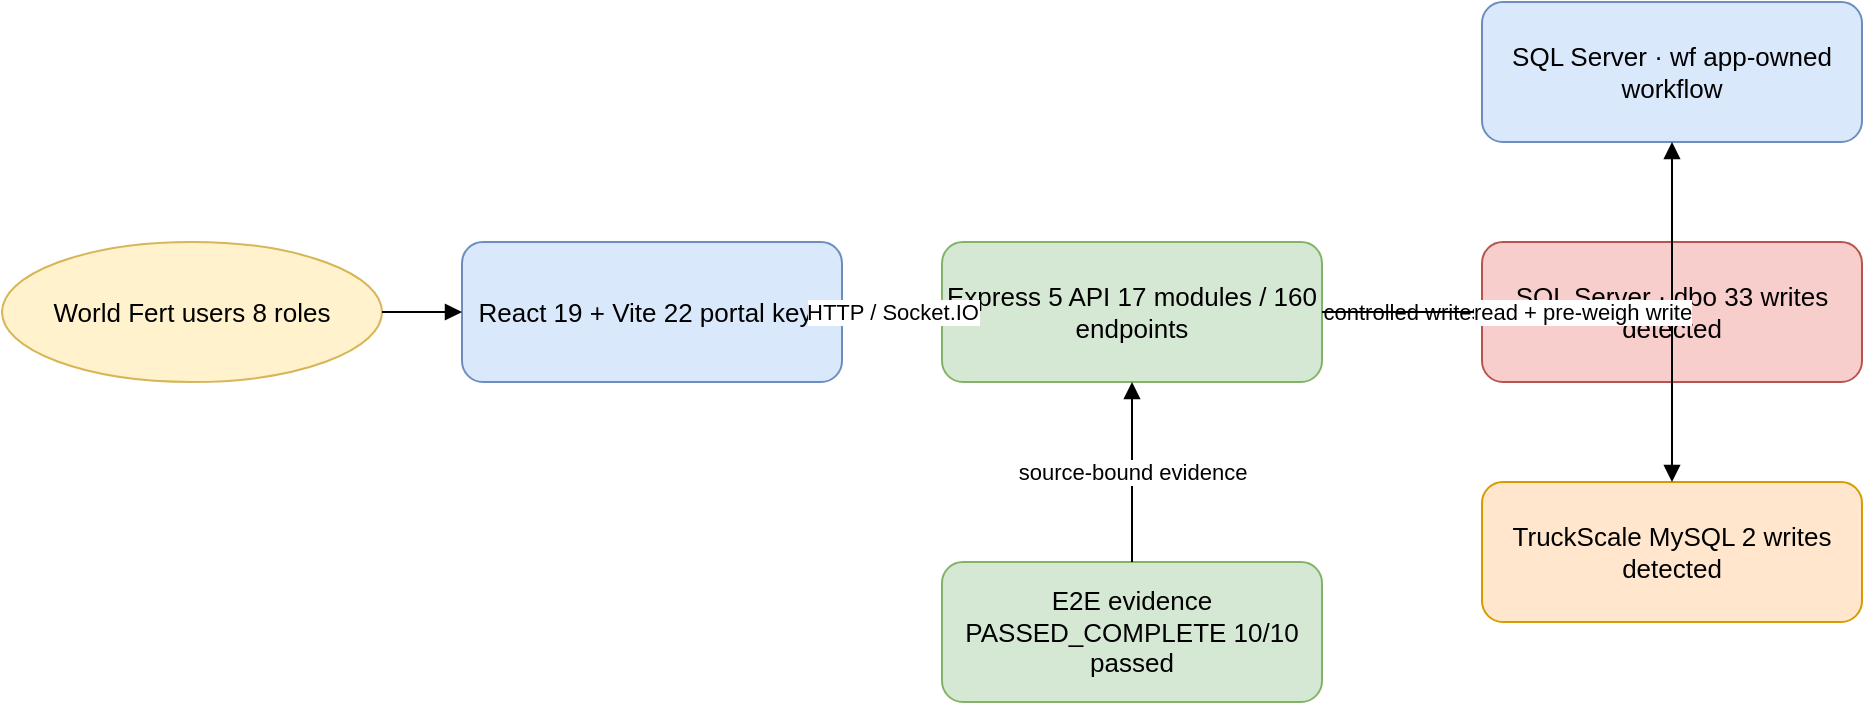
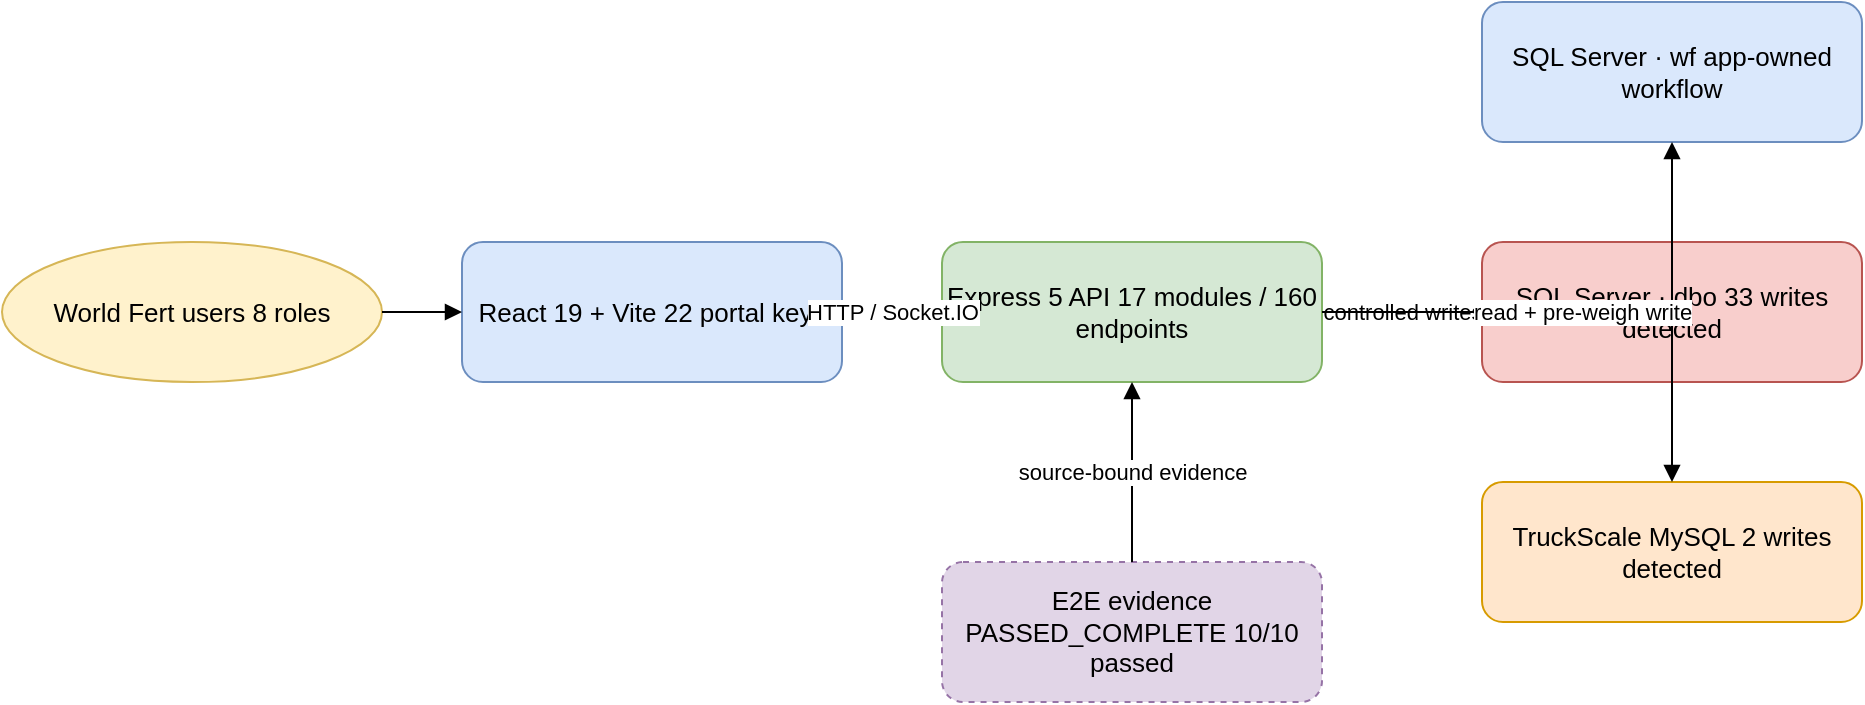
<?xml version="1.0" encoding="UTF-8"?>
- <mxfile host="app.diagrams.net" modified="2026-07-23T09:58:12.433Z" agent="WorldFert source-diagrams.js" version="24.7.17" type="device" sourceInventorySha256="12B9F964C7C90341859EDD6CDDE9B92BA35D797347F2AA64A1134E1E885FC343"><diagram id="441F6DA6EDA4" name="Current System Context"><mxGraphModel dx="1200" dy="800" grid="1" gridSize="10" guides="1" tooltips="1" connect="1" arrows="1" fold="1" page="1" pageScale="1" pageWidth="1169" pageHeight="827" math="0" shadow="0"><root><mxCell id="0"/><mxCell id="1" parent="0"/><mxCell id="users" value="World Fert users
+ <mxfile host="app.diagrams.net" modified="2026-07-24T15:50:36.048Z" agent="WorldFert source-diagrams.js" version="24.7.17" type="device" sourceInventorySha256="CF11FE1496BB4A2D8ADDF5365F4A39285D0DB43A4A10CE8863C8DB7F31C2F310"><diagram id="441F6DA6EDA4" name="Current System Context"><mxGraphModel dx="1200" dy="800" grid="1" gridSize="10" guides="1" tooltips="1" connect="1" arrows="1" fold="1" page="1" pageScale="1" pageWidth="1169" pageHeight="827" math="0" shadow="0"><root><mxCell id="0"/><mxCell id="1" parent="0"/><mxCell id="users" value="World Fert users
8 roles" style="ellipse;whiteSpace=wrap;html=1;fillColor=#fff2cc;strokeColor=#d6b656;fontSize=13;" vertex="1" parent="1"><mxGeometry x="40" y="160" width="190" height="70" as="geometry"/></mxCell><mxCell id="frontend" value="React 19 + Vite
22 portal keys" style="rounded=1;whiteSpace=wrap;html=1;fillColor=#dae8fc;strokeColor=#6c8ebf;fontSize=13;" vertex="1" parent="1"><mxGeometry x="270" y="160" width="190" height="70" as="geometry"/></mxCell><mxCell id="api" value="Express 5 API
17 modules / 160 endpoints" style="rounded=1;whiteSpace=wrap;html=1;fillColor=#d5e8d4;strokeColor=#82b366;fontSize=13;" vertex="1" parent="1"><mxGeometry x="510" y="160" width="190" height="70" as="geometry"/></mxCell><mxCell id="wf" value="SQL Server · wf
app-owned workflow" style="rounded=1;whiteSpace=wrap;html=1;fillColor=#dae8fc;strokeColor=#6c8ebf;fontSize=13;" vertex="1" parent="1"><mxGeometry x="780" y="40" width="190" height="70" as="geometry"/></mxCell><mxCell id="dbo" value="SQL Server · dbo
33 writes detected" style="rounded=1;whiteSpace=wrap;html=1;fillColor=#f8cecc;strokeColor=#b85450;fontSize=13;" vertex="1" parent="1"><mxGeometry x="780" y="160" width="190" height="70" as="geometry"/></mxCell><mxCell id="truck" value="TruckScale MySQL
2 writes detected" style="rounded=1;whiteSpace=wrap;html=1;fillColor=#ffe6cc;strokeColor=#d79b00;fontSize=13;" vertex="1" parent="1"><mxGeometry x="780" y="280" width="190" height="70" as="geometry"/></mxCell><mxCell id="e2e" value="E2E evidence
PASSED_COMPLETE
- 10/10 passed" style="rounded=1;whiteSpace=wrap;html=1;fillColor=#d5e8d4;strokeColor=#82b366;fontSize=13;" vertex="1" parent="1"><mxGeometry x="510" y="320" width="190" height="70" as="geometry"/></mxCell><mxCell id="e1" style="edgeStyle=orthogonalEdgeStyle;rounded=0;orthogonalLoop=1;jettySize=auto;html=1;endArrow=block;endFill=1;" edge="1" parent="1" source="users" target="frontend"><mxGeometry relative="1" as="geometry"/></mxCell><mxCell id="e2" value="HTTP / Socket.IO" style="edgeStyle=orthogonalEdgeStyle;rounded=0;orthogonalLoop=1;jettySize=auto;html=1;endArrow=block;endFill=1;" edge="1" parent="1" source="frontend" target="api"><mxGeometry relative="1" as="geometry"/></mxCell><mxCell id="e3" style="edgeStyle=orthogonalEdgeStyle;rounded=0;orthogonalLoop=1;jettySize=auto;html=1;endArrow=block;endFill=1;" edge="1" parent="1" source="api" target="wf"><mxGeometry relative="1" as="geometry"/></mxCell><mxCell id="e4" value="controlled writes" style="edgeStyle=orthogonalEdgeStyle;rounded=0;orthogonalLoop=1;jettySize=auto;html=1;endArrow=block;endFill=1;" edge="1" parent="1" source="api" target="dbo"><mxGeometry relative="1" as="geometry"/></mxCell><mxCell id="e5" value="read + pre-weigh write" style="edgeStyle=orthogonalEdgeStyle;rounded=0;orthogonalLoop=1;jettySize=auto;html=1;endArrow=block;endFill=1;" edge="1" parent="1" source="api" target="truck"><mxGeometry relative="1" as="geometry"/></mxCell><mxCell id="e6" value="source-bound evidence" style="edgeStyle=orthogonalEdgeStyle;rounded=0;orthogonalLoop=1;jettySize=auto;html=1;endArrow=block;endFill=1;" edge="1" parent="1" source="e2e" target="api"><mxGeometry relative="1" as="geometry"/></mxCell></root></mxGraphModel></diagram><diagram id="EF1059489759" name="Current API Surface"><mxGraphModel dx="1200" dy="800" grid="1" gridSize="10" guides="1" tooltips="1" connect="1" arrows="1" fold="1" page="1" pageScale="1" pageWidth="1169" pageHeight="827" math="0" shadow="0"><root><mxCell id="0"/><mxCell id="1" parent="0"/><mxCell id="api-root" value="Express API
+ 10/10 passed" style="rounded=1;whiteSpace=wrap;html=1;dashed=1;fillColor=#e1d5e7;strokeColor=#9673a6;fontSize=13;" vertex="1" parent="1"><mxGeometry x="510" y="320" width="190" height="70" as="geometry"/></mxCell><mxCell id="e1" style="edgeStyle=orthogonalEdgeStyle;rounded=0;orthogonalLoop=1;jettySize=auto;html=1;endArrow=block;endFill=1;" edge="1" parent="1" source="users" target="frontend"><mxGeometry relative="1" as="geometry"/></mxCell><mxCell id="e2" value="HTTP / Socket.IO" style="edgeStyle=orthogonalEdgeStyle;rounded=0;orthogonalLoop=1;jettySize=auto;html=1;endArrow=block;endFill=1;" edge="1" parent="1" source="frontend" target="api"><mxGeometry relative="1" as="geometry"/></mxCell><mxCell id="e3" style="edgeStyle=orthogonalEdgeStyle;rounded=0;orthogonalLoop=1;jettySize=auto;html=1;endArrow=block;endFill=1;" edge="1" parent="1" source="api" target="wf"><mxGeometry relative="1" as="geometry"/></mxCell><mxCell id="e4" value="controlled writes" style="edgeStyle=orthogonalEdgeStyle;rounded=0;orthogonalLoop=1;jettySize=auto;html=1;endArrow=block;endFill=1;" edge="1" parent="1" source="api" target="dbo"><mxGeometry relative="1" as="geometry"/></mxCell><mxCell id="e5" value="read + pre-weigh write" style="edgeStyle=orthogonalEdgeStyle;rounded=0;orthogonalLoop=1;jettySize=auto;html=1;endArrow=block;endFill=1;" edge="1" parent="1" source="api" target="truck"><mxGeometry relative="1" as="geometry"/></mxCell><mxCell id="e6" value="source-bound evidence" style="edgeStyle=orthogonalEdgeStyle;rounded=0;orthogonalLoop=1;jettySize=auto;html=1;endArrow=block;endFill=1;" edge="1" parent="1" source="e2e" target="api"><mxGeometry relative="1" as="geometry"/></mxCell></root></mxGraphModel></diagram><diagram id="EF1059489759" name="Current API Surface"><mxGraphModel dx="1200" dy="800" grid="1" gridSize="10" guides="1" tooltips="1" connect="1" arrows="1" fold="1" page="1" pageScale="1" pageWidth="1169" pageHeight="827" math="0" shadow="0"><root><mxCell id="0"/><mxCell id="1" parent="0"/><mxCell id="api-root" value="Express API
160 endpoints" style="rounded=1;whiteSpace=wrap;html=1;fillColor=#d5e8d4;strokeColor=#82b366;fontSize=13;" vertex="1" parent="1"><mxGeometry x="40" y="320" width="190" height="70" as="geometry"/></mxCell><mxCell id="api-0" value="/api/auth
auth.js" style="rounded=1;whiteSpace=wrap;html=1;fillColor=#dae8fc;strokeColor=#6c8ebf;fontSize=13;" vertex="1" parent="1"><mxGeometry x="300" y="40" width="170" height="60" as="geometry"/></mxCell><mxCell id="api-1" value="/api/credit
credit.js" style="rounded=1;whiteSpace=wrap;html=1;fillColor=#dae8fc;strokeColor=#6c8ebf;fontSize=13;" vertex="1" parent="1"><mxGeometry x="505" y="40" width="170" height="60" as="geometry"/></mxCell><mxCell id="api-2" value="/api/giveaway
giveaway.js" style="rounded=1;whiteSpace=wrap;html=1;fillColor=#dae8fc;strokeColor=#6c8ebf;fontSize=13;" vertex="1" parent="1"><mxGeometry x="710" y="40" width="170" height="60" as="geometry"/></mxCell><mxCell id="api-3" value="/api/line
line.js" style="rounded=1;whiteSpace=wrap;html=1;fillColor=#dae8fc;strokeColor=#6c8ebf;fontSize=13;" vertex="1" parent="1"><mxGeometry x="915" y="40" width="170" height="60" as="geometry"/></mxCell><mxCell id="api-4" value="/api/master
master.js" style="rounded=1;whiteSpace=wrap;html=1;fillColor=#dae8fc;strokeColor=#6c8ebf;fontSize=13;" vertex="1" parent="1"><mxGeometry x="300" y="155" width="170" height="60" as="geometry"/></mxCell><mxCell id="api-5" value="/api/ops
ops.js" style="rounded=1;whiteSpace=wrap;html=1;fillColor=#dae8fc;strokeColor=#6c8ebf;fontSize=13;" vertex="1" parent="1"><mxGeometry x="505" y="155" width="170" height="60" as="geometry"/></mxCell><mxCell id="api-6" value="/api/papertrail
papertrail.js" style="rounded=1;whiteSpace=wrap;html=1;fillColor=#dae8fc;strokeColor=#6c8ebf;fontSize=13;" vertex="1" parent="1"><mxGeometry x="710" y="155" width="170" height="60" as="geometry"/></mxCell><mxCell id="api-7" value="/api/pdpa
pdpa.js" style="rounded=1;whiteSpace=wrap;html=1;fillColor=#dae8fc;strokeColor=#6c8ebf;fontSize=13;" vertex="1" parent="1"><mxGeometry x="915" y="155" width="170" height="60" as="geometry"/></mxCell><mxCell id="api-8" value="/api/policy
policy.js" style="rounded=1;whiteSpace=wrap;html=1;fillColor=#dae8fc;strokeColor=#6c8ebf;fontSize=13;" vertex="1" parent="1"><mxGeometry x="300" y="270" width="170" height="60" as="geometry"/></mxCell><mxCell id="api-9" value="/api/pricebook
pricebook.js" style="rounded=1;whiteSpace=wrap;html=1;fillColor=#dae8fc;strokeColor=#6c8ebf;fontSize=13;" vertex="1" parent="1"><mxGeometry x="505" y="270" width="170" height="60" as="geometry"/></mxCell><mxCell id="api-10" value="/api/quotation
quotation.js" style="rounded=1;whiteSpace=wrap;html=1;fillColor=#dae8fc;strokeColor=#6c8ebf;fontSize=13;" vertex="1" parent="1"><mxGeometry x="710" y="270" width="170" height="60" as="geometry"/></mxCell><mxCell id="api-11" value="/api/rebate
rebate.js" style="rounded=1;whiteSpace=wrap;html=1;fillColor=#dae8fc;strokeColor=#6c8ebf;fontSize=13;" vertex="1" parent="1"><mxGeometry x="915" y="270" width="170" height="60" as="geometry"/></mxCell><mxCell id="api-12" value="/api/recon
recon.js" style="rounded=1;whiteSpace=wrap;html=1;fillColor=#dae8fc;strokeColor=#6c8ebf;fontSize=13;" vertex="1" parent="1"><mxGeometry x="300" y="385" width="170" height="60" as="geometry"/></mxCell><mxCell id="api-13" value="/api/reports
reports.js" style="rounded=1;whiteSpace=wrap;html=1;fillColor=#dae8fc;strokeColor=#6c8ebf;fontSize=13;" vertex="1" parent="1"><mxGeometry x="505" y="385" width="170" height="60" as="geometry"/></mxCell><mxCell id="api-14" value="/api/so
so.js" style="rounded=1;whiteSpace=wrap;html=1;fillColor=#dae8fc;strokeColor=#6c8ebf;fontSize=13;" vertex="1" parent="1"><mxGeometry x="710" y="385" width="170" height="60" as="geometry"/></mxCell><mxCell id="api-15" value="/api/stock
stock.js" style="rounded=1;whiteSpace=wrap;html=1;fillColor=#dae8fc;strokeColor=#6c8ebf;fontSize=13;" vertex="1" parent="1"><mxGeometry x="915" y="385" width="170" height="60" as="geometry"/></mxCell><mxCell id="api-16" value="/api/truckscale
truckscale.js" style="rounded=1;whiteSpace=wrap;html=1;fillColor=#dae8fc;strokeColor=#6c8ebf;fontSize=13;" vertex="1" parent="1"><mxGeometry x="300" y="500" width="170" height="60" as="geometry"/></mxCell><mxCell id="e1" style="edgeStyle=orthogonalEdgeStyle;rounded=0;orthogonalLoop=1;jettySize=auto;html=1;endArrow=block;endFill=1;" edge="1" parent="1" source="api-root" target="api-0"><mxGeometry relative="1" as="geometry"/></mxCell><mxCell id="e2" style="edgeStyle=orthogonalEdgeStyle;rounded=0;orthogonalLoop=1;jettySize=auto;html=1;endArrow=block;endFill=1;" edge="1" parent="1" source="api-root" target="api-1"><mxGeometry relative="1" as="geometry"/></mxCell><mxCell id="e3" style="edgeStyle=orthogonalEdgeStyle;rounded=0;orthogonalLoop=1;jettySize=auto;html=1;endArrow=block;endFill=1;" edge="1" parent="1" source="api-root" target="api-2"><mxGeometry relative="1" as="geometry"/></mxCell><mxCell id="e4" style="edgeStyle=orthogonalEdgeStyle;rounded=0;orthogonalLoop=1;jettySize=auto;html=1;endArrow=block;endFill=1;" edge="1" parent="1" source="api-root" target="api-3"><mxGeometry relative="1" as="geometry"/></mxCell><mxCell id="e5" style="edgeStyle=orthogonalEdgeStyle;rounded=0;orthogonalLoop=1;jettySize=auto;html=1;endArrow=block;endFill=1;" edge="1" parent="1" source="api-root" target="api-4"><mxGeometry relative="1" as="geometry"/></mxCell><mxCell id="e6" style="edgeStyle=orthogonalEdgeStyle;rounded=0;orthogonalLoop=1;jettySize=auto;html=1;endArrow=block;endFill=1;" edge="1" parent="1" source="api-root" target="api-5"><mxGeometry relative="1" as="geometry"/></mxCell><mxCell id="e7" style="edgeStyle=orthogonalEdgeStyle;rounded=0;orthogonalLoop=1;jettySize=auto;html=1;endArrow=block;endFill=1;" edge="1" parent="1" source="api-root" target="api-6"><mxGeometry relative="1" as="geometry"/></mxCell><mxCell id="e8" style="edgeStyle=orthogonalEdgeStyle;rounded=0;orthogonalLoop=1;jettySize=auto;html=1;endArrow=block;endFill=1;" edge="1" parent="1" source="api-root" target="api-7"><mxGeometry relative="1" as="geometry"/></mxCell><mxCell id="e9" style="edgeStyle=orthogonalEdgeStyle;rounded=0;orthogonalLoop=1;jettySize=auto;html=1;endArrow=block;endFill=1;" edge="1" parent="1" source="api-root" target="api-8"><mxGeometry relative="1" as="geometry"/></mxCell><mxCell id="e10" style="edgeStyle=orthogonalEdgeStyle;rounded=0;orthogonalLoop=1;jettySize=auto;html=1;endArrow=block;endFill=1;" edge="1" parent="1" source="api-root" target="api-9"><mxGeometry relative="1" as="geometry"/></mxCell><mxCell id="e11" style="edgeStyle=orthogonalEdgeStyle;rounded=0;orthogonalLoop=1;jettySize=auto;html=1;endArrow=block;endFill=1;" edge="1" parent="1" source="api-root" target="api-10"><mxGeometry relative="1" as="geometry"/></mxCell><mxCell id="e12" style="edgeStyle=orthogonalEdgeStyle;rounded=0;orthogonalLoop=1;jettySize=auto;html=1;endArrow=block;endFill=1;" edge="1" parent="1" source="api-root" target="api-11"><mxGeometry relative="1" as="geometry"/></mxCell><mxCell id="e13" style="edgeStyle=orthogonalEdgeStyle;rounded=0;orthogonalLoop=1;jettySize=auto;html=1;endArrow=block;endFill=1;" edge="1" parent="1" source="api-root" target="api-12"><mxGeometry relative="1" as="geometry"/></mxCell><mxCell id="e14" style="edgeStyle=orthogonalEdgeStyle;rounded=0;orthogonalLoop=1;jettySize=auto;html=1;endArrow=block;endFill=1;" edge="1" parent="1" source="api-root" target="api-13"><mxGeometry relative="1" as="geometry"/></mxCell><mxCell id="e15" style="edgeStyle=orthogonalEdgeStyle;rounded=0;orthogonalLoop=1;jettySize=auto;html=1;endArrow=block;endFill=1;" edge="1" parent="1" source="api-root" target="api-14"><mxGeometry relative="1" as="geometry"/></mxCell><mxCell id="e16" style="edgeStyle=orthogonalEdgeStyle;rounded=0;orthogonalLoop=1;jettySize=auto;html=1;endArrow=block;endFill=1;" edge="1" parent="1" source="api-root" target="api-15"><mxGeometry relative="1" as="geometry"/></mxCell><mxCell id="e17" style="edgeStyle=orthogonalEdgeStyle;rounded=0;orthogonalLoop=1;jettySize=auto;html=1;endArrow=block;endFill=1;" edge="1" parent="1" source="api-root" target="api-16"><mxGeometry relative="1" as="geometry"/></mxCell></root></mxGraphModel></diagram><diagram id="3705019E2D56" name="Document Evidence Flow"><mxGraphModel dx="1200" dy="800" grid="1" gridSize="10" guides="1" tooltips="1" connect="1" arrows="1" fold="1" page="1" pageScale="1" pageWidth="1169" pageHeight="827" math="0" shadow="0"><root><mxCell id="0"/><mxCell id="1" parent="0"/><mxCell id="source" value="Source code
- 220-file inventory" style="rounded=1;whiteSpace=wrap;html=1;fillColor=#dae8fc;strokeColor=#6c8ebf;fontSize=13;" vertex="1" parent="1"><mxGeometry x="40" y="160" width="190" height="70" as="geometry"/></mxCell><mxCell id="inventory" value="SHA-256 source snapshot" style="rounded=1;whiteSpace=wrap;html=1;fillColor=#dae8fc;strokeColor=#6c8ebf;fontSize=13;" vertex="1" parent="1"><mxGeometry x="270" y="160" width="190" height="70" as="geometry"/></mxCell><mxCell id="gaps" value="6 alignment gaps" style="rounded=1;whiteSpace=wrap;html=1;fillColor=#fff2cc;strokeColor=#d6b656;fontSize=13;" vertex="1" parent="1"><mxGeometry x="500" y="160" width="190" height="70" as="geometry"/></mxCell><mxCell id="review" value="40 documents
+ 236-file inventory" style="rounded=1;whiteSpace=wrap;html=1;fillColor=#dae8fc;strokeColor=#6c8ebf;fontSize=13;" vertex="1" parent="1"><mxGeometry x="40" y="160" width="190" height="70" as="geometry"/></mxCell><mxCell id="inventory" value="SHA-256 source snapshot" style="rounded=1;whiteSpace=wrap;html=1;fillColor=#dae8fc;strokeColor=#6c8ebf;fontSize=13;" vertex="1" parent="1"><mxGeometry x="270" y="160" width="190" height="70" as="geometry"/></mxCell><mxCell id="gaps" value="5 alignment gaps" style="rounded=1;whiteSpace=wrap;html=1;fillColor=#fff2cc;strokeColor=#d6b656;fontSize=13;" vertex="1" parent="1"><mxGeometry x="500" y="160" width="190" height="70" as="geometry"/></mxCell><mxCell id="review" value="40 documents
Review" style="rounded=1;whiteSpace=wrap;html=1;fillColor=#dae8fc;strokeColor=#6c8ebf;fontSize=13;" vertex="1" parent="1"><mxGeometry x="730" y="80" width="190" height="70" as="geometry"/></mxCell><mxCell id="tests" value="Automated E2E evidence
PASSED_COMPLETE
- 10/10 passed" style="rounded=1;whiteSpace=wrap;html=1;fillColor=#d5e8d4;strokeColor=#82b366;fontSize=13;" vertex="1" parent="1"><mxGeometry x="730" y="240" width="190" height="70" as="geometry"/></mxCell><mxCell id="gate" value="Strict release gate" style="rhombus;whiteSpace=wrap;html=1;fillColor=#f8cecc;strokeColor=#b85450;fontSize=13;" vertex="1" parent="1"><mxGeometry x="960" y="160" width="190" height="70" as="geometry"/></mxCell><mxCell id="e1" style="edgeStyle=orthogonalEdgeStyle;rounded=0;orthogonalLoop=1;jettySize=auto;html=1;endArrow=block;endFill=1;" edge="1" parent="1" source="source" target="inventory"><mxGeometry relative="1" as="geometry"/></mxCell><mxCell id="e2" style="edgeStyle=orthogonalEdgeStyle;rounded=0;orthogonalLoop=1;jettySize=auto;html=1;endArrow=block;endFill=1;" edge="1" parent="1" source="inventory" target="gaps"><mxGeometry relative="1" as="geometry"/></mxCell><mxCell id="e3" style="edgeStyle=orthogonalEdgeStyle;rounded=0;orthogonalLoop=1;jettySize=auto;html=1;endArrow=block;endFill=1;" edge="1" parent="1" source="gaps" target="review"><mxGeometry relative="1" as="geometry"/></mxCell><mxCell id="e4" style="edgeStyle=orthogonalEdgeStyle;rounded=0;orthogonalLoop=1;jettySize=auto;html=1;endArrow=block;endFill=1;" edge="1" parent="1" source="review" target="gate"><mxGeometry relative="1" as="geometry"/></mxCell><mxCell id="e5" value="verified" style="edgeStyle=orthogonalEdgeStyle;rounded=0;orthogonalLoop=1;jettySize=auto;html=1;endArrow=block;endFill=1;" edge="1" parent="1" source="tests" target="gate"><mxGeometry relative="1" as="geometry"/></mxCell></root></mxGraphModel></diagram></mxfile>
+ 10/10 passed" style="rounded=1;whiteSpace=wrap;html=1;dashed=1;fillColor=#e1d5e7;strokeColor=#9673a6;fontSize=13;" vertex="1" parent="1"><mxGeometry x="730" y="240" width="190" height="70" as="geometry"/></mxCell><mxCell id="gate" value="Strict release gate" style="rhombus;whiteSpace=wrap;html=1;fillColor=#f8cecc;strokeColor=#b85450;fontSize=13;" vertex="1" parent="1"><mxGeometry x="960" y="160" width="190" height="70" as="geometry"/></mxCell><mxCell id="e1" style="edgeStyle=orthogonalEdgeStyle;rounded=0;orthogonalLoop=1;jettySize=auto;html=1;endArrow=block;endFill=1;" edge="1" parent="1" source="source" target="inventory"><mxGeometry relative="1" as="geometry"/></mxCell><mxCell id="e2" style="edgeStyle=orthogonalEdgeStyle;rounded=0;orthogonalLoop=1;jettySize=auto;html=1;endArrow=block;endFill=1;" edge="1" parent="1" source="inventory" target="gaps"><mxGeometry relative="1" as="geometry"/></mxCell><mxCell id="e3" style="edgeStyle=orthogonalEdgeStyle;rounded=0;orthogonalLoop=1;jettySize=auto;html=1;endArrow=block;endFill=1;" edge="1" parent="1" source="gaps" target="review"><mxGeometry relative="1" as="geometry"/></mxCell><mxCell id="e4" style="edgeStyle=orthogonalEdgeStyle;rounded=0;orthogonalLoop=1;jettySize=auto;html=1;endArrow=block;endFill=1;" edge="1" parent="1" source="review" target="gate"><mxGeometry relative="1" as="geometry"/></mxCell><mxCell id="e5" value="verified" style="edgeStyle=orthogonalEdgeStyle;rounded=0;orthogonalLoop=1;jettySize=auto;html=1;endArrow=block;endFill=1;" edge="1" parent="1" source="tests" target="gate"><mxGeometry relative="1" as="geometry"/></mxCell></root></mxGraphModel></diagram></mxfile>
